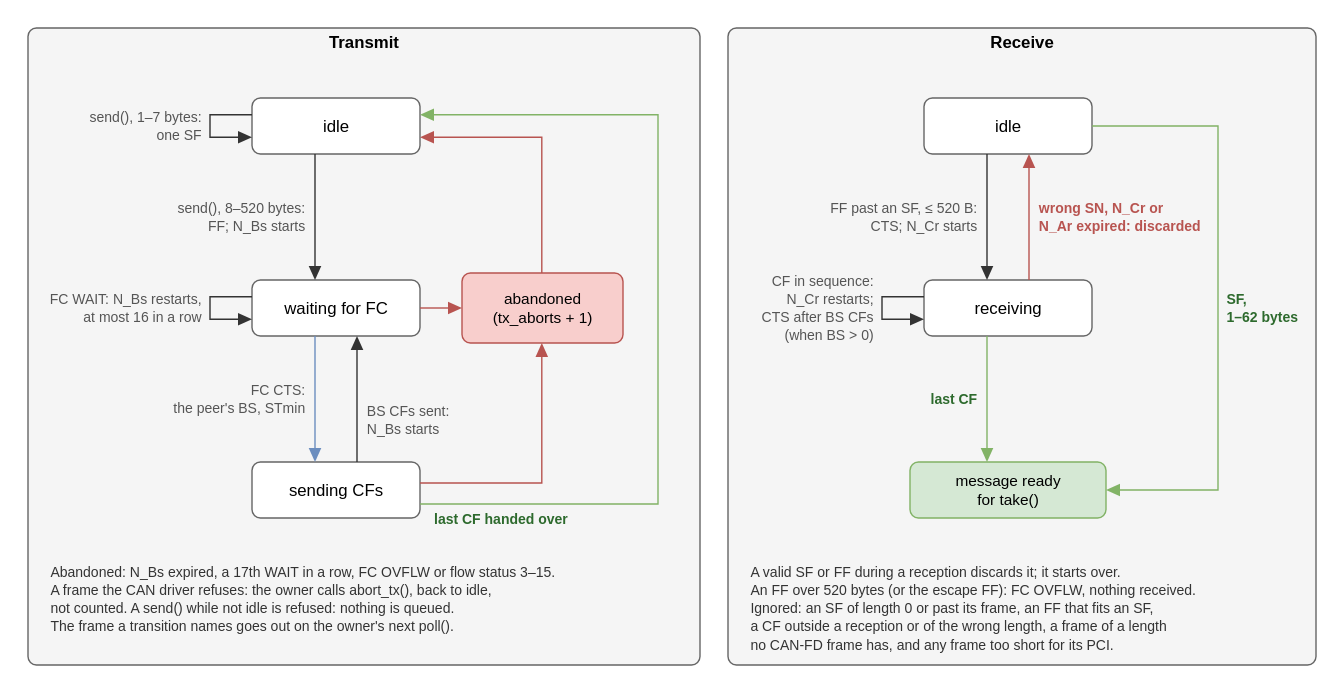
Before: docs/can-tp-states.drawio.svg, a diagram exported from draw.io (MartenH/blobly_emb). Source tidied: cells renumbered, new cells last; positions are measured from the earlier drawing's top-left corner, leaving out a move shared by most shapes.
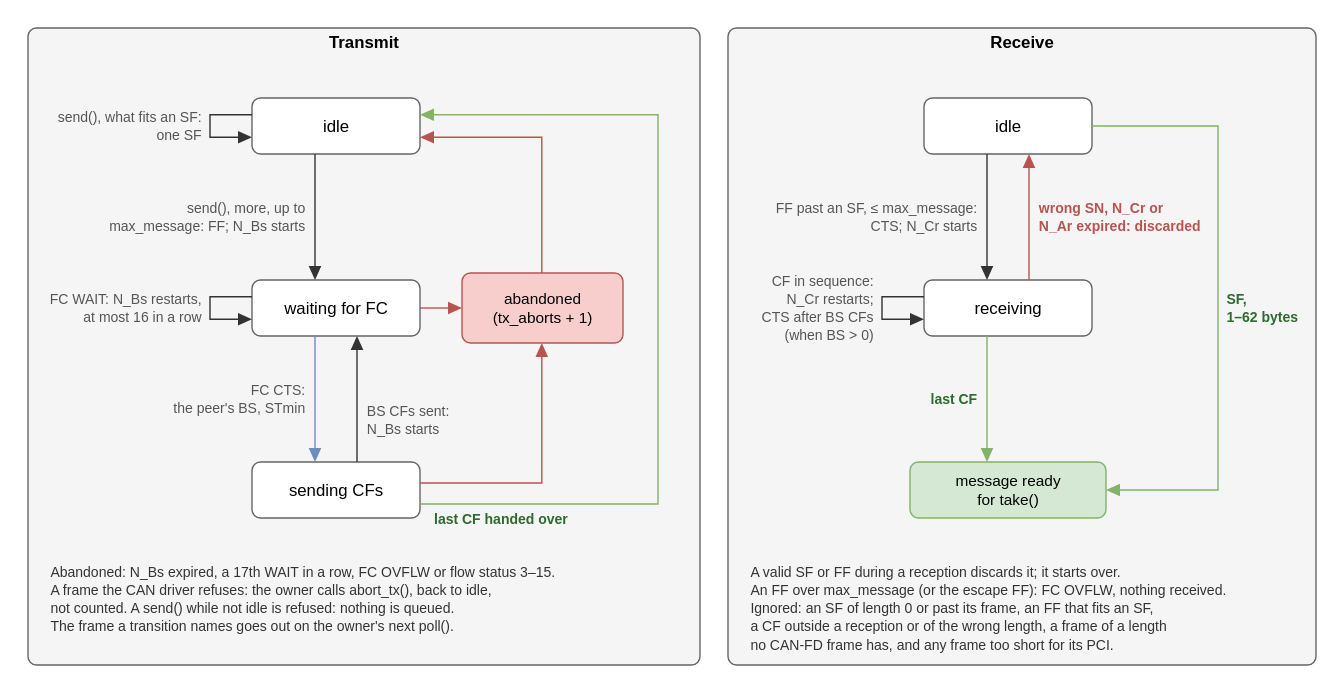
The same diagram one commit later.

Commit message:
docs: a README that says what blobly_emb is and why to use it; diagrams from scripts (#448)

Change to the diagram source:
```diff
@@ -27,7 +27,7 @@
         </Array>
       </mxGeometry>
     </mxCell>
-    <mxCell id="8" value="send(), 1–7 bytes:&#10;one SF" style="text;html=0;strokeColor=none;fillColor=none;align=right;verticalAlign=middle;fontSize=10;fontColor=#555555;spacingLeft=0;spacingTop=0;" parent="1" vertex="1">
+    <mxCell id="8" value="send(), what fits an SF:&#10;one SF" style="text;html=0;strokeColor=none;fillColor=none;align=right;verticalAlign=middle;fontSize=10;fontColor=#555555;spacingLeft=0;spacingTop=0;" parent="1" vertex="1">
       <mxGeometry x="10" y="56" width="114" height="28" as="geometry" />
     </mxCell>
     <mxCell id="9" style="edgeStyle=none;html=0;rounded=0;strokeColor=#333333;endArrow=block;endFill=1;endSize=8;" parent="1" edge="1">
@@ -36,7 +36,7 @@
         <mxPoint x="205" y="180" as="targetPoint" />
       </mxGeometry>
     </mxCell>
-    <mxCell id="10" value="send(), 8–520 bytes:&#10;FF; N_Bs starts" style="text;html=0;strokeColor=none;fillColor=none;align=right;verticalAlign=middle;fontSize=10;fontColor=#555555;spacingLeft=0;spacingTop=0;" parent="1" vertex="1">
+    <mxCell id="10" value="send(), more, up to&#10;max_message: FF; N_Bs starts" style="text;html=0;strokeColor=none;fillColor=none;align=right;verticalAlign=middle;fontSize=10;fontColor=#555555;spacingLeft=0;spacingTop=0;" parent="1" vertex="1">
       <mxGeometry x="60" y="121" width="138" height="28" as="geometry" />
     </mxCell>
     <mxCell id="11" style="edgeStyle=none;html=0;rounded=0;strokeColor=#333333;endArrow=block;endFill=1;endSize=8;" parent="1" edge="1">
@@ -128,7 +128,7 @@
         <mxPoint x="685" y="180" as="targetPoint" />
       </mxGeometry>
     </mxCell>
-    <mxCell id="28" value="FF past an SF, ≤ 520 B:&#10;CTS; N_Cr starts" style="text;html=0;strokeColor=none;fillColor=none;align=right;verticalAlign=middle;fontSize=10;fontColor=#555555;spacingLeft=0;spacingTop=0;" parent="1" vertex="1">
+    <mxCell id="28" value="FF past an SF, ≤ max_message:&#10;CTS; N_Cr starts" style="text;html=0;strokeColor=none;fillColor=none;align=right;verticalAlign=middle;fontSize=10;fontColor=#555555;spacingLeft=0;spacingTop=0;" parent="1" vertex="1">
       <mxGeometry x="526" y="121" width="152" height="28" as="geometry" />
     </mxCell>
     <mxCell id="29" style="edgeStyle=none;html=0;rounded=0;strokeColor=#333333;endArrow=block;endFill=1;endSize=8;" parent="1" edge="1">
@@ -175,7 +175,7 @@
     <mxCell id="36" value="SF,&#10;1–62 bytes" style="text;html=0;strokeColor=none;fillColor=none;align=left;verticalAlign=middle;fontSize=10;fontColor=#2d6a2d;spacingLeft=0;spacingTop=0;fontStyle=1;" parent="1" vertex="1">
       <mxGeometry x="856" y="186" width="60" height="28" as="geometry" />
     </mxCell>
-    <mxCell id="37" value="A valid SF or FF during a reception discards it; it starts over.&#10;An FF over 520 bytes (or the escape FF): FC OVFLW, nothing received.&#10;Ignored: an SF of length 0 or past its frame, an FF that fits an SF,&#10;a CF outside a reception or of the wrong length, a frame of a length&#10;no CAN-FD frame has, and any frame too short for its PCI." style="text;html=0;strokeColor=none;fillColor=none;align=left;verticalAlign=top;fontSize=10;fontColor=#333333;spacingLeft=0;spacingTop=0;" parent="1" vertex="1">
+    <mxCell id="37" value="A valid SF or FF during a reception discards it; it starts over.&#10;An FF over max_message (or the escape FF): FC OVFLW, nothing received.&#10;Ignored: an SF of length 0 or past its frame, an FF that fits an SF,&#10;a CF outside a reception or of the wrong length, a frame of a length&#10;no CAN-FD frame has, and any frame too short for its PCI." style="text;html=0;strokeColor=none;fillColor=none;align=left;verticalAlign=top;fontSize=10;fontColor=#333333;spacingLeft=0;spacingTop=0;" parent="1" vertex="1">
       <mxGeometry x="516" y="380" width="396" height="103" as="geometry" />
     </mxCell>
   </root>
```
